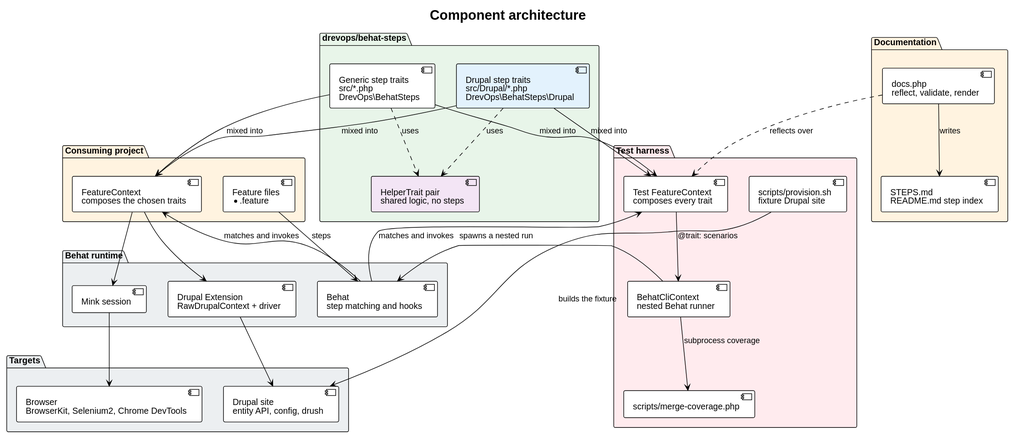
Above: docs/architecture/architecture.svg in drevops/behat-steps (PlantUML), before the change.
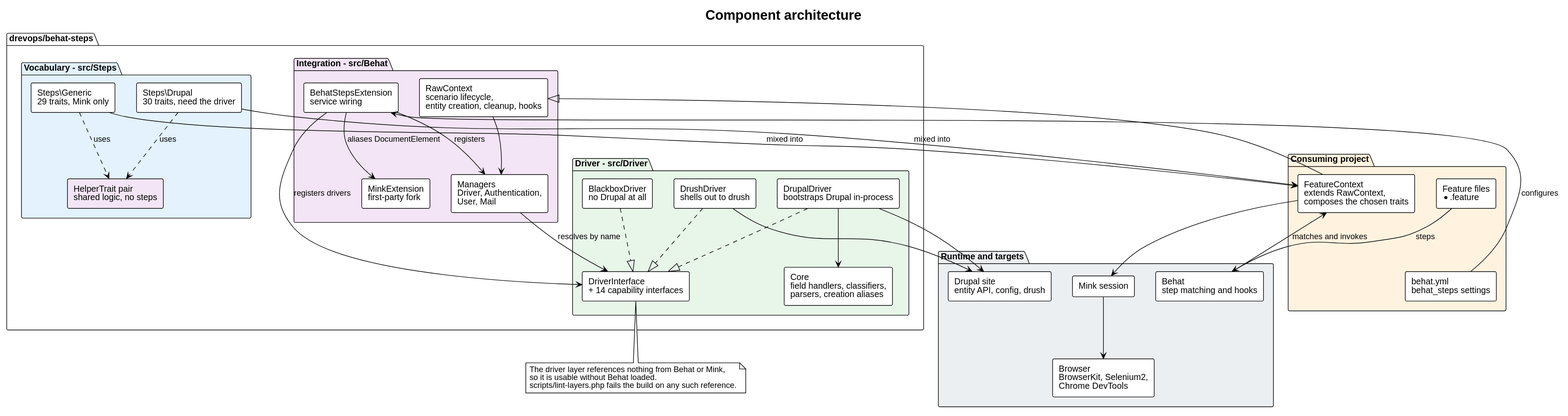
Above is the later version.

Diff of the diagram source:
```diff
@@ -3,63 +3,80 @@
 skinparam backgroundColor white
 skinparam defaultFontName Helvetica
 skinparam shadowing false
+skinparam componentStyle rectangle
 title Component architecture
 
-package "drevops/behat-steps" #E8F5E9 {
-  component "Generic step traits\nsrc/*.php\nDrevOps\\BehatSteps" as Generic
-  component "Drupal step traits\nsrc/Drupal/*.php\nDrevOps\\BehatSteps\\Drupal" as DrupalSteps #E3F2FD
-  component "HelperTrait pair\nshared logic, no steps" as Helpers #F3E5F5
+package "Consuming project" #FFF3E0 {
+  component "Feature files\n*.feature" as Features
+  component "behat.yml\nbehat_steps settings" as Config
+  component "FeatureContext\nextends RawContext,\ncomposes the chosen traits" as Consumer
 }
 
-package "Consuming project" #FFF3E0 {
-  component "FeatureContext\ncomposes the chosen traits" as Consumer
-  component "Feature files\n*.feature" as Features
+package "drevops/behat-steps" {
+
+  package "Vocabulary - src/Steps" #E3F2FD {
+    component "Steps\\Generic\n29 traits, Mink only" as Generic
+    component "Steps\\Drupal\n30 traits, need the driver" as DrupalSteps
+    component "HelperTrait pair\nshared logic, no steps" as Helpers #F3E5F5
+  }
+
+  package "Integration - src/Behat" #F3E5F5 {
+    component "BehatStepsExtension\nservice wiring" as Ext
+    component "RawContext\nscenario lifecycle,\nentity creation, cleanup, hooks" as RawCtx
+    component "Managers\nDriver, Authentication,\nUser, Mail" as Managers
+    component "MinkExtension\nfirst-party fork" as MinkExt
+  }
+
+  package "Driver - src/Driver" #E8F5E9 {
+    component "DriverInterface\n+ 14 capability interfaces" as DriverIface
+    component "DrupalDriver\nbootstraps Drupal in-process" as DrupalDrv
+    component "DrushDriver\nshells out to drush" as DrushDrv
+    component "BlackboxDriver\nno Drupal at all" as BlackboxDrv
+    component "Core\nfield handlers, classifiers,\nparsers, creation aliases" as Core
+  }
 }
 
-package "Behat runtime" #ECEFF1 {
+package "Runtime and targets" #ECEFF1 {
   component "Behat\nstep matching and hooks" as Behat
   component "Mink session" as Mink
-  component "Drupal Extension\nRawDrupalContext + driver" as DrupalExt
-}
-
-package "Targets" #ECEFF1 {
-  component "Browser\nBrowserKit, Selenium2, Chrome DevTools" as Browser
+  component "Browser\nBrowserKit, Selenium2,\nChrome DevTools" as Browser
   component "Drupal site\nentity API, config, drush" as Site
 }
 
-package "Documentation" #FFF3E0 {
-  component "docs.php\nreflect, validate, render" as Docs
-  component "STEPS.md\nREADME.md step index" as StepsMd
-}
+Features --> Behat : steps
+Config --> Ext : configures
+Behat --> Consumer : matches and invokes
 
-package "Test harness" #FFEBEE {
-  component "Test FeatureContext\ncomposes every trait" as TestCtx
-  component "scripts/provision.sh\nfixture Drupal site" as Provision
-  component "BehatCliContext\nnested Behat runner" as Cli
-  component "scripts/merge-coverage.php" as Merge
-}
-
+Generic --> Consumer : mixed into
+DrupalSteps --> Consumer : mixed into
 Generic ..> Helpers : uses
 DrupalSteps ..> Helpers : uses
 
-Generic --> Consumer : mixed into
-DrupalSteps --> Consumer : mixed into
-Generic --> TestCtx : mixed into
-DrupalSteps --> TestCtx : mixed into
+Consumer --|> RawCtx
+Ext --> Managers : registers
+Ext --> DriverIface : registers drivers
+Ext --> MinkExt : aliases DocumentElement
+RawCtx --> Managers
 
-Features --> Behat : steps
-Behat --> Consumer : matches and invokes
+Managers --> DriverIface : resolves by name
+DrupalDrv ..|> DriverIface
+DrushDrv ..|> DriverIface
+BlackboxDrv ..|> DriverIface
+DrupalDrv --> Core
+
 Consumer --> Mink
-Consumer --> DrupalExt
 Mink --> Browser
-DrupalExt --> Site
+DrupalDrv --> Site
+DrushDrv --> Site
 
-Docs ..> TestCtx : reflects over
-Docs --> StepsMd : writes
+note bottom of DriverIface
+  The driver layer references nothing from Behat or Mink,
+  so it is usable without Behat loaded.
+  scripts/lint-layers.php fails the build on any such reference.
+end note
 
-Provision --> Site : builds the fixture
-Behat --> TestCtx : matches and invokes
-TestCtx --> Cli : @trait: scenarios
-Cli --> Behat : spawns a nested run
-Cli --> Merge : subprocess coverage
+Features -[hidden]down- Config
+Generic -[hidden]right- DrupalSteps
+DrupalDrv -[hidden]right- DrushDrv
+DrushDrv -[hidden]right- BlackboxDrv
 @enduml
```
